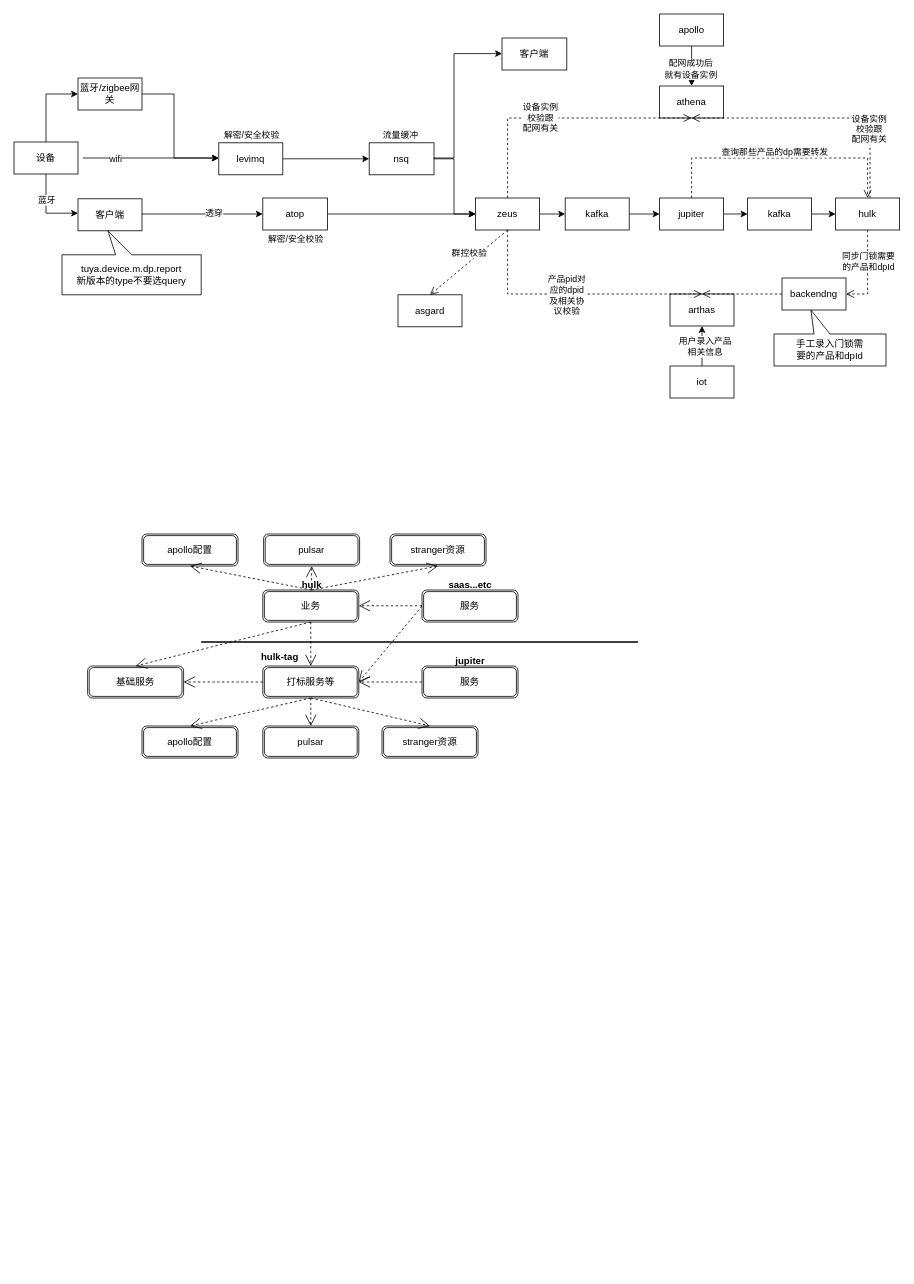
The draw.io diagram Untitled Diagram.drawio in javacoderinhz/img, before the edit. Source tidied: cells renumbered, new cells numbered last; positions are measured from the earlier drawing's top-left corner, leaving out a move shared by most shapes. Both pictures are drawn from the tidied source at 80%, with x=0, y=0 at pixel (14, 14).
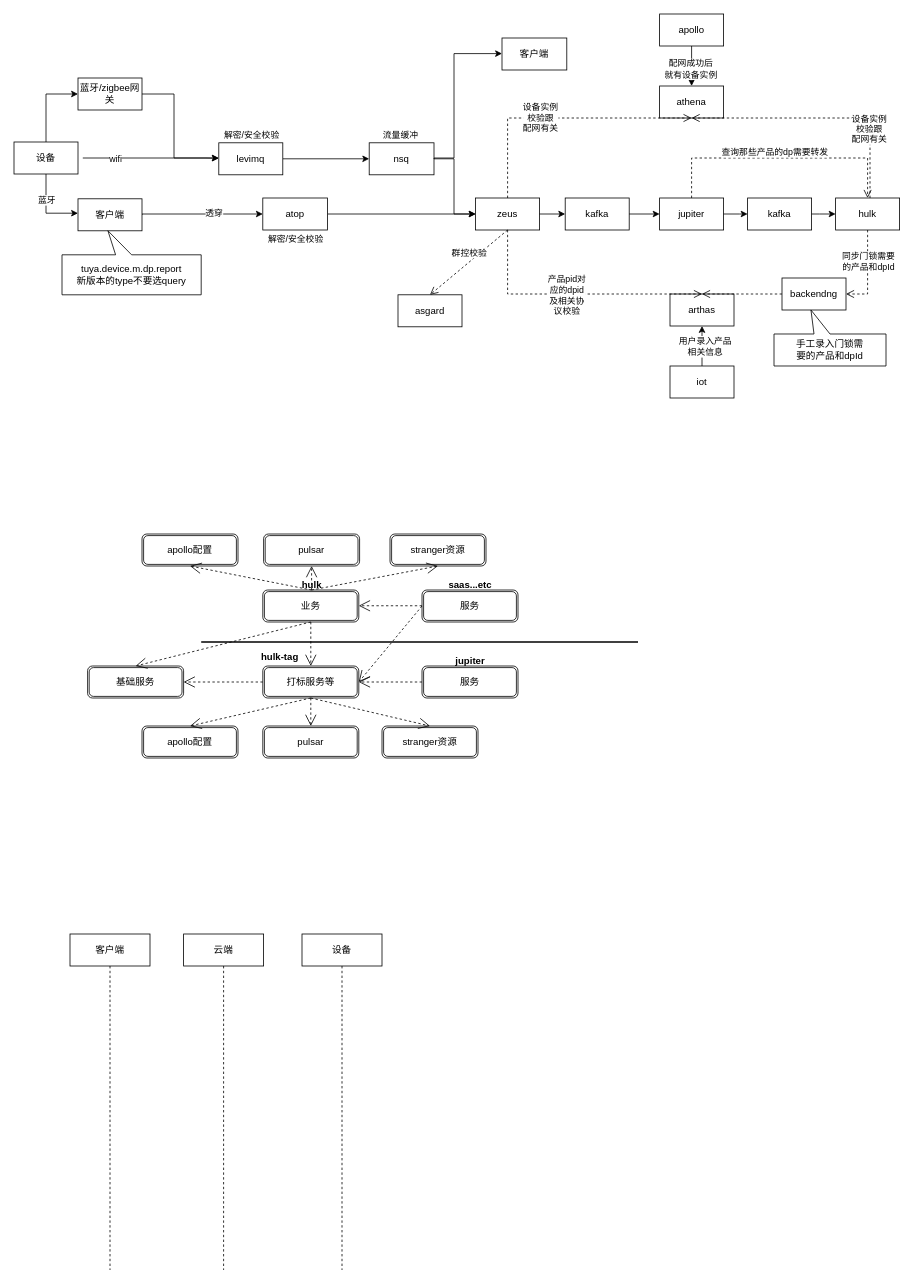
Above is the later version.

Diff of the diagram source:
```diff
@@
+    <mxCell id="84" value="客户端" style="shape=umlLifeline;perimeter=lifelinePerimeter;whiteSpace=wrap;html=1;" parent="1" vertex="1">
+      <mxGeometry x="70" y="1150" width="100" height="420" as="geometry" />
+    </mxCell>
+    <mxCell id="85" value="云端" style="shape=umlLifeline;perimeter=lifelinePerimeter;whiteSpace=wrap;html=1;" parent="1" vertex="1">
+      <mxGeometry x="212" y="1150" width="100" height="420" as="geometry" />
+    </mxCell>
+    <mxCell id="86" value="设备" style="shape=umlLifeline;perimeter=lifelinePerimeter;whiteSpace=wrap;html=1;" parent="1" vertex="1">
+      <mxGeometry x="360" y="1150" width="100" height="420" as="geometry" />
+    </mxCell>
```
